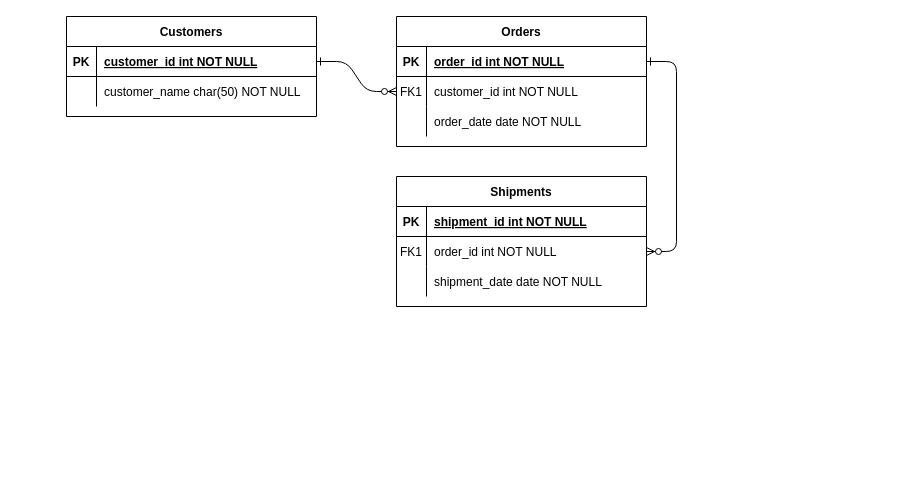
The draw.io diagram Untitled Diagram.drawio in giannishorgos/acta-develop, before the edit. Source tidied: cells renumbered, new cells numbered last; positions are measured from the earlier drawing's top-left corner, leaving out a move shared by most shapes. Both pictures are drawn from the tidied source at 100%, with x=0, y=0 at pixel (66, 16).
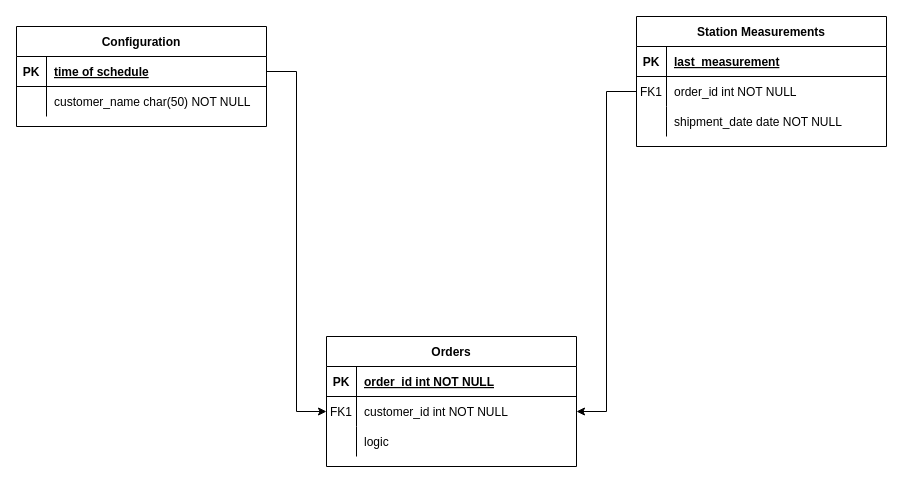
The same page after the edit.

Unchanged cells that the change refers to:
```xml
<mxCell id="5" style="shape=partialRectangle;fillColor=none;points=[[0,0.5],[1,0.5]];portConstraint=eastwest;top=0;left=0;right=0;bottom=1;" parent="4" vertex="1">
  <mxGeometry y="30" width="250" height="30" as="geometry" />
</mxCell>
<mxCell id="8" style="shape=partialRectangle;fillColor=none;points=[[0,0.5],[1,0.5]];portConstraint=eastwest;top=0;left=0;right=0;bottom=0;" parent="4" vertex="1">
  <mxGeometry y="60" width="250" height="30" as="geometry" />
</mxCell>
<mxCell id="11" style="shape=partialRectangle;fillColor=none;top=0;left=0;right=0;bottom=0;" parent="4" vertex="1">
  <mxGeometry y="90" width="250" height="30" as="geometry" />
</mxCell>
<mxCell id="15" style="shape=partialRectangle;fillColor=none;top=0;left=0;right=0;bottom=1;" parent="14" vertex="1">
  <mxGeometry y="30" width="250" height="30" as="geometry" />
</mxCell>
<mxCell id="18" style="shape=partialRectangle;fillColor=none;points=[[0,0.5],[1,0.5]];portConstraint=eastwest;top=0;left=0;right=0;bottom=0;" parent="14" vertex="1">
  <mxGeometry y="60" width="250" height="30" as="geometry" />
</mxCell>
<mxCell id="25" style="shape=partialRectangle;fillColor=none;points=[[0,0.5],[1,0.5]];portConstraint=eastwest;top=0;left=0;right=0;bottom=1;" parent="24" vertex="1">
  <mxGeometry y="30" width="250" height="30" as="geometry" />
</mxCell>
```

What changed in the source:
```diff
@@
-    <mxCell id="2" style="edgeStyle=entityRelationEdgeStyle;endArrow=ERzeroToMany;startArrow=ERone;endFill=1;startFill=0;" parent="1" edge="1" source="25" target="8">
-      <mxGeometry relative="1" as="geometry" />
-    </mxCell>
-    <mxCell id="3" style="edgeStyle=entityRelationEdgeStyle;endArrow=ERzeroToMany;startArrow=ERone;endFill=1;startFill=0;" parent="1" edge="1" source="5" target="18">
-      <mxGeometry relative="1" as="geometry" />
-    </mxCell>
     <mxCell id="4" value="Orders" style="shape=table;startSize=30;childLayout=tableLayout;rowLines=0;fontStyle=1;align=center;" parent="1" vertex="1">
-      <mxGeometry x="330" width="250" height="130" as="geometry" />
+      <mxGeometry x="260" y="320" width="250" height="130" as="geometry" />
     </mxCell>
@@
-    <mxCell id="13" value="order_date date NOT NULL" style="shape=partialRectangle;overflow=hidden;fillColor=none;top=0;left=0;bottom=0;right=0;align=left;spacingLeft=6;" parent="11" vertex="1">
+    <mxCell id="13" value="logic" style="shape=partialRectangle;overflow=hidden;fillColor=none;top=0;left=0;bottom=0;right=0;align=left;spacingLeft=6;" parent="11" vertex="1">
       <mxGeometry x="30" width="220" height="30" as="geometry" />
     </mxCell>
-    <mxCell id="14" value="Shipments" style="shape=table;startSize=30;childLayout=tableLayout;rowLines=0;fontStyle=1;align=center;" parent="1" vertex="1">
-      <mxGeometry x="330" y="160" width="250" height="130" as="geometry" />
+    <mxCell id="14" value="Station Measurements" style="shape=table;startSize=30;childLayout=tableLayout;rowLines=0;fontStyle=1;align=center;" parent="1" vertex="1">
+      <mxGeometry x="570" width="250" height="130" as="geometry" />
     </mxCell>
@@
-    <mxCell id="17" value="shipment_id int NOT NULL " style="shape=partialRectangle;overflow=hidden;fillColor=none;top=0;left=0;bottom=0;right=0;align=left;spacingLeft=6;fontStyle=5;" parent="15" vertex="1">
+    <mxCell id="17" value="last_measurement" style="shape=partialRectangle;overflow=hidden;fillColor=none;top=0;left=0;bottom=0;right=0;align=left;spacingLeft=6;fontStyle=5;" parent="15" vertex="1">
       <mxGeometry x="30" width="220" height="30" as="geometry" />
     </mxCell>
@@
-    <mxCell id="24" value="Customers" style="shape=table;startSize=30;childLayout=tableLayout;rowLines=0;fontStyle=1;align=center;" parent="1" vertex="1">
-      <mxGeometry width="250" height="100" as="geometry" />
+    <mxCell id="24" value="Configuration" style="shape=table;startSize=30;childLayout=tableLayout;rowLines=0;fontStyle=1;align=center;" parent="1" vertex="1">
+      <mxGeometry x="-50" y="10" width="250" height="100" as="geometry" />
     </mxCell>
@@
-    <mxCell id="27" value="customer_id int NOT NULL " style="shape=partialRectangle;overflow=hidden;fillColor=none;top=0;left=0;bottom=0;right=0;align=left;spacingLeft=6;fontStyle=5;" parent="25" vertex="1">
+    <mxCell id="27" value="time of schedule" style="shape=partialRectangle;overflow=hidden;fillColor=none;top=0;left=0;bottom=0;right=0;align=left;spacingLeft=6;fontStyle=5;" parent="25" vertex="1">
       <mxGeometry x="30" width="220" height="30" as="geometry" />
     </mxCell>
@@
+    <mxCell id="2" style="edgeStyle=orthogonalEdgeStyle;rounded=0;jettySize=auto;html=1;entryX=0;entryY=0.5;entryDx=0;entryDy=0;" parent="1" edge="1" source="25" target="8">
+      <mxGeometry relative="1" as="geometry" />
+    </mxCell>
+    <mxCell id="31" style="edgeStyle=orthogonalEdgeStyle;rounded=0;jettySize=auto;html=1;entryX=1;entryY=0.5;entryDx=0;entryDy=0;" parent="1" edge="1" source="18" target="8">
+      <mxGeometry relative="1" as="geometry" />
+    </mxCell>
```
